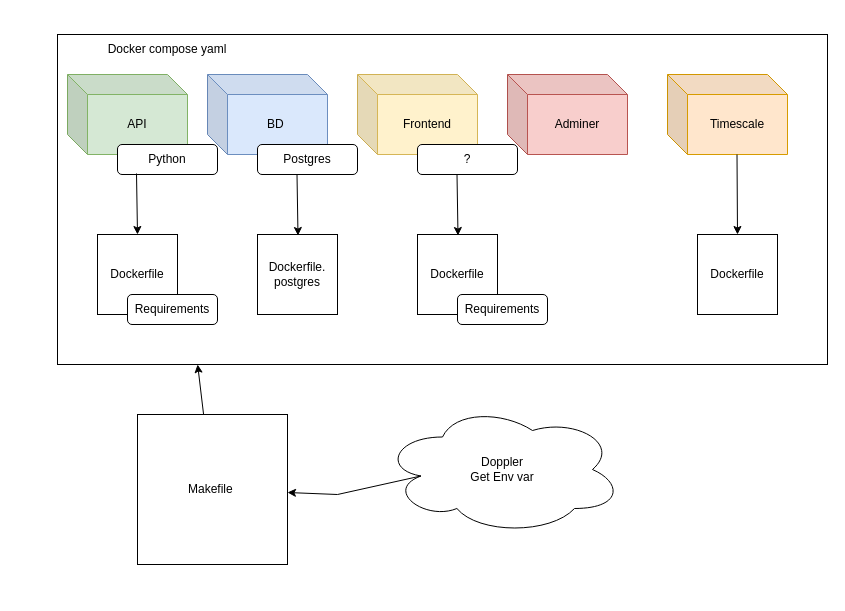
Before: page "Tecnologia" (2 of 3) of moz_school.drawio in ManuelCarreiras/moz_sch, a draw.io diagram. Source tidied: cells renumbered, new cells numbered last; positions are measured from the earlier drawing's top-left corner, leaving out a move shared by most shapes. Both pictures are drawn from the tidied source at 100%, with x=0, y=0 at pixel (17, 34). Pictures stored in the file or linked from it are replaced by grey dashed boxes.
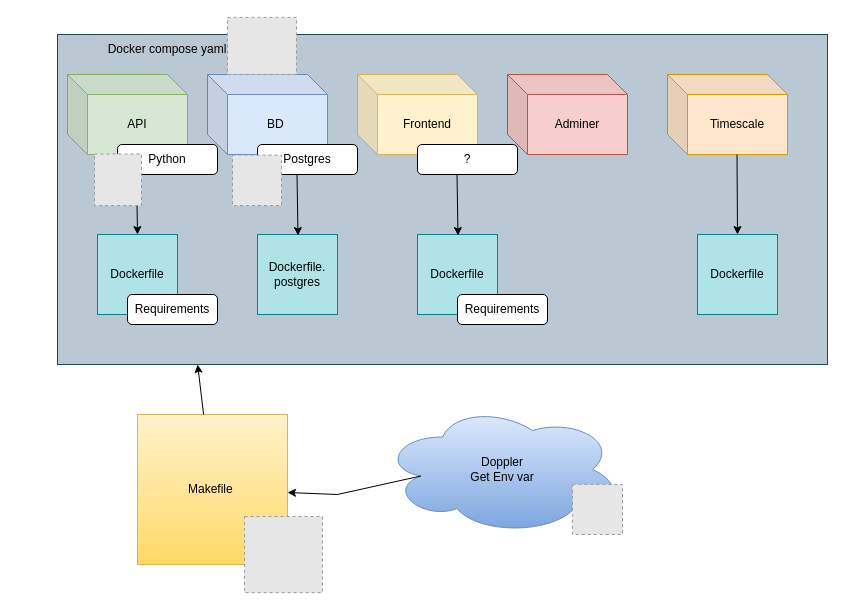
The same diagram, later.

Diff of the diagram source:
```diff
@@
-    <mxCell id="2" style="rounded=0;whiteSpace=wrap;html=1;" parent="1" vertex="1">
+    <mxCell id="2" style="rounded=0;whiteSpace=wrap;html=1;fillColor=#bac8d3;strokeColor=#23445d;" parent="1" vertex="1">
       <mxGeometry x="40" width="770" height="330" as="geometry" />
     </mxCell>
@@
-    <mxCell id="11" value="Dockerfile" style="whiteSpace=wrap;html=1;" parent="1" vertex="1">
+    <mxCell id="11" value="Dockerfile" style="whiteSpace=wrap;html=1;fillColor=#b0e3e6;strokeColor=#0e8088;" parent="1" vertex="1">
       <mxGeometry x="80" y="200" width="80" height="80" as="geometry" />
     </mxCell>
-    <mxCell id="12" value="Dockerfile" style="whiteSpace=wrap;html=1;" parent="1" vertex="1">
+    <mxCell id="12" value="Dockerfile" style="whiteSpace=wrap;html=1;fillColor=#b0e3e6;strokeColor=#0e8088;" parent="1" vertex="1">
       <mxGeometry x="680" y="200" width="80" height="80" as="geometry" />
     </mxCell>
-    <mxCell id="13" value="Dockerfile.&lt;div&gt;postgres&lt;/div&gt;" style="whiteSpace=wrap;html=1;" parent="1" vertex="1">
+    <mxCell id="13" value="Dockerfile.&lt;div&gt;postgres&lt;/div&gt;" style="whiteSpace=wrap;html=1;fillColor=#b0e3e6;strokeColor=#0e8088;" parent="1" vertex="1">
       <mxGeometry x="240" y="200" width="80" height="80" as="geometry" />
     </mxCell>
-    <mxCell id="14" value="Dockerfile" style="whiteSpace=wrap;html=1;" parent="1" vertex="1">
+    <mxCell id="14" value="Dockerfile" style="whiteSpace=wrap;html=1;fillColor=#b0e3e6;strokeColor=#0e8088;" parent="1" vertex="1">
       <mxGeometry x="400" y="200" width="80" height="80" as="geometry" />
     </mxCell>
@@
-    <mxCell id="22" value="Makefile&amp;nbsp;" style="whiteSpace=wrap;html=1;" parent="1" vertex="1">
+    <mxCell id="22" value="Makefile&amp;nbsp;" style="whiteSpace=wrap;html=1;fillColor=#fff2cc;gradientColor=#ffd966;strokeColor=#d6b656;" parent="1" vertex="1">
       <mxGeometry x="120" y="380" width="150" height="150" as="geometry" />
     </mxCell>
@@
-    <mxCell id="24" value="Doppler&lt;div&gt;Get Env var&lt;/div&gt;" style="ellipse;shape=cloud;whiteSpace=wrap;html=1;" parent="1" vertex="1">
+    <mxCell id="24" value="Doppler&lt;div&gt;Get Env var&lt;/div&gt;" style="ellipse;shape=cloud;whiteSpace=wrap;html=1;fillColor=#dae8fc;gradientColor=#7ea6e0;strokeColor=#6c8ebf;" parent="1" vertex="1">
       <mxGeometry x="365" y="370" width="240" height="130" as="geometry" />
     </mxCell>
@@
+    <mxCell id="26" style="fillColor=#E6E6E6;strokeColor=#999999;dashed=1;verticalLabelPosition=bottom;labelBackgroundColor=default;verticalAlign=top;" parent="1" vertex="1">
+      <mxGeometry x="210" y="-17.1" width="69" height="57.1" as="geometry" />
+    </mxCell>
+    <mxCell id="27" style="fillColor=#E6E6E6;strokeColor=#999999;dashed=1;verticalLabelPosition=bottom;labelBackgroundColor=default;verticalAlign=top;" parent="1" vertex="1">
+      <mxGeometry x="77" y="119.5" width="47" height="51.6" as="geometry" />
+    </mxCell>
+    <mxCell id="28" style="fillColor=#E6E6E6;strokeColor=#999999;dashed=1;verticalLabelPosition=bottom;labelBackgroundColor=default;verticalAlign=top;" parent="1" vertex="1">
+      <mxGeometry x="215" y="120.6" width="49" height="50.5" as="geometry" />
+    </mxCell>
+    <mxCell id="29" style="fillColor=#E6E6E6;strokeColor=#999999;dashed=1;verticalLabelPosition=bottom;labelBackgroundColor=default;verticalAlign=top;" parent="1" vertex="1">
+      <mxGeometry x="554.9" y="449.9" width="50.1" height="50.1" as="geometry" />
+    </mxCell>
+    <mxCell id="30" style="fillColor=#E6E6E6;strokeColor=#999999;dashed=1;verticalLabelPosition=bottom;labelBackgroundColor=default;verticalAlign=top;" parent="1" vertex="1">
+      <mxGeometry x="227" y="482" width="78" height="76.2" as="geometry" />
+    </mxCell>
```
